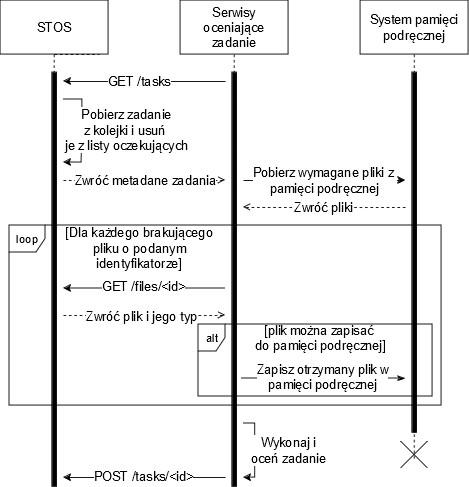
Projekt-Inzynierski-STOS-2024-2025/Praca-Inzynierska keeps this draw.io diagram as img/5/stos-suggestion.png. Above is the earlier version. Source tidied: cells renumbered, new cells last; positions are measured from the earlier drawing's top-left corner, leaving out a move shared by most shapes. Source of this version:
```xml
<mxGraphModel>
  <root>
    <mxCell id="0" />
    <mxCell id="1" parent="0" />
    <mxCell id="2" value="STOS" style="rounded=0;whiteSpace=wrap;html=1;fontSize=14;" parent="1" vertex="1">
      <mxGeometry width="120" height="60" as="geometry" />
    </mxCell>
    <mxCell id="3" value="Serwisy oceniające zadanie" style="rounded=0;whiteSpace=wrap;html=1;fontSize=14;" parent="1" vertex="1">
      <mxGeometry x="200" width="120" height="60" as="geometry" />
    </mxCell>
    <mxCell id="4" style="endArrow=none;dashed=1;html=1;rounded=0;exitX=0.5;exitY=1;exitDx=0;exitDy=0;" parent="1" edge="1" source="2">
      <mxGeometry relative="1" as="geometry">
        <mxPoint x="110" y="60" as="targetPoint" />
      </mxGeometry>
    </mxCell>
    <mxCell id="5" style="endArrow=none;dashed=1;html=1;rounded=0;exitX=0.5;exitY=1;exitDx=0;exitDy=0;" parent="1" edge="1">
      <mxGeometry relative="1" as="geometry">
        <mxPoint x="259.7" y="60" as="sourcePoint" />
        <mxPoint x="259.7" y="220" as="targetPoint" />
      </mxGeometry>
    </mxCell>
    <mxCell id="6" style="endArrow=none;dashed=1;html=1;rounded=0;exitX=0.5;exitY=1;exitDx=0;exitDy=0;" parent="1" edge="1" target="11">
      <mxGeometry relative="1" as="geometry">
        <mxPoint x="59.7" y="60" as="sourcePoint" />
      </mxGeometry>
    </mxCell>
    <mxCell id="7" style="edgeStyle=orthogonalEdgeStyle;rounded=0;orthogonalLoop=1;jettySize=auto;html=1;dashed=1;endArrow=open;endFill=0;" parent="1" edge="1">
      <mxGeometry relative="1" as="geometry">
        <mxPoint x="70" y="200" as="sourcePoint" />
        <mxPoint x="250" y="200" as="targetPoint" />
      </mxGeometry>
    </mxCell>
    <mxCell id="8" value="Zwróć metadane zadania" style="edgeLabel;html=1;align=center;verticalAlign=middle;fontSize=14;" parent="7" vertex="1">
      <mxGeometry x="0.01" y="2" relative="1" as="geometry">
        <mxPoint y="2" as="offset" />
      </mxGeometry>
    </mxCell>
    <mxCell id="9" style="edgeStyle=orthogonalEdgeStyle;rounded=0;orthogonalLoop=1;jettySize=auto;html=1;" parent="1" edge="1">
      <mxGeometry relative="1" as="geometry">
        <mxPoint x="70" y="110" as="sourcePoint" />
        <mxPoint x="70" y="180" as="targetPoint" />
        <Array as="points">
          <mxPoint x="91" y="110" />
          <mxPoint x="91" y="143" />
          <mxPoint x="90" y="143" />
          <mxPoint x="90" y="180" />
        </Array>
      </mxGeometry>
    </mxCell>
    <mxCell id="10" value="&lt;div&gt;Pobierz zadanie&lt;/div&gt;&lt;div&gt;z kolejki i usuń&amp;nbsp;&lt;/div&gt;&lt;div&gt;je z listy oczekujących&lt;br&gt;&lt;/div&gt;" style="edgeLabel;html=1;align=center;verticalAlign=middle;fontSize=14;" parent="9" vertex="1">
      <mxGeometry x="0.01" y="1" relative="1" as="geometry">
        <mxPoint x="49" y="-1" as="offset" />
      </mxGeometry>
    </mxCell>
    <mxCell id="11" style="html=1;points=[];perimeter=orthogonalPerimeter;fillColor=strokeColor;fontSize=12;" parent="1" vertex="1">
      <mxGeometry x="57.5" y="80" width="5" height="460" as="geometry" />
    </mxCell>
    <mxCell id="12" style="edgeStyle=orthogonalEdgeStyle;rounded=0;orthogonalLoop=1;jettySize=auto;html=1;" parent="1" edge="1">
      <mxGeometry relative="1" as="geometry">
        <mxPoint x="250" y="90" as="sourcePoint" />
        <mxPoint x="70" y="90" as="targetPoint" />
      </mxGeometry>
    </mxCell>
    <mxCell id="13" value="GET /tasks" style="edgeLabel;html=1;align=center;verticalAlign=middle;fontSize=14;" parent="12" vertex="1">
      <mxGeometry x="0.07" relative="1" as="geometry" />
    </mxCell>
    <mxCell id="14" style="edgeStyle=orthogonalEdgeStyle;rounded=0;orthogonalLoop=1;jettySize=auto;html=1;" parent="1" edge="1">
      <mxGeometry relative="1" as="geometry">
        <mxPoint x="270" y="200" as="sourcePoint" />
        <mxPoint x="450" y="200" as="targetPoint" />
        <Array as="points">
          <mxPoint x="450" y="200" />
        </Array>
      </mxGeometry>
    </mxCell>
    <mxCell id="15" value="&lt;div&gt;Pobierz wymagane pliki z&amp;nbsp;&lt;/div&gt;&lt;div&gt;pamięci podręcznej&lt;/div&gt;" style="edgeLabel;html=1;align=center;verticalAlign=middle;fontSize=14;" parent="14" vertex="1">
      <mxGeometry x="0.02" relative="1" as="geometry">
        <mxPoint x="-2" as="offset" />
      </mxGeometry>
    </mxCell>
    <mxCell id="16" style="edgeStyle=orthogonalEdgeStyle;rounded=0;orthogonalLoop=1;jettySize=auto;html=1;" parent="1" edge="1">
      <mxGeometry relative="1" as="geometry">
        <mxPoint x="270" y="470" as="sourcePoint" />
        <mxPoint x="270" y="530" as="targetPoint" />
        <Array as="points">
          <mxPoint x="283" y="470" />
          <mxPoint x="283" y="530" />
          <mxPoint x="270" y="530" />
        </Array>
      </mxGeometry>
    </mxCell>
    <mxCell id="17" value="&lt;div&gt;Wykonaj i &lt;br&gt;&lt;/div&gt;&lt;div&gt;oceń zadanie&lt;br&gt;&lt;/div&gt;" style="edgeLabel;html=1;align=center;verticalAlign=middle;fontSize=14;" parent="16" vertex="1">
      <mxGeometry x="-0.08" y="-2" relative="1" as="geometry">
        <mxPoint x="39" y="3" as="offset" />
      </mxGeometry>
    </mxCell>
    <mxCell id="18" style="edgeStyle=orthogonalEdgeStyle;rounded=0;orthogonalLoop=1;jettySize=auto;html=1;" parent="1" edge="1">
      <mxGeometry relative="1" as="geometry">
        <mxPoint x="250" y="530" as="sourcePoint" />
        <mxPoint x="70" y="530" as="targetPoint" />
      </mxGeometry>
    </mxCell>
    <mxCell id="19" value="POST /tasks/&amp;lt;id&amp;gt;" style="edgeLabel;html=1;align=center;verticalAlign=middle;fontSize=14;" parent="18" vertex="1">
      <mxGeometry x="0.01" y="-1" relative="1" as="geometry" />
    </mxCell>
    <mxCell id="20" style="html=1;perimeter=orthogonalPerimeter;fillColor=strokeColor;fontSize=12;" parent="1" vertex="1">
      <mxGeometry x="257.5" y="80" width="5" height="460" as="geometry" />
    </mxCell>
    <mxCell id="21" value="System pamięci podręcznej" style="rounded=0;whiteSpace=wrap;html=1;fontSize=14;" parent="1" vertex="1">
      <mxGeometry x="400" width="120" height="60" as="geometry" />
    </mxCell>
    <mxCell id="22" style="endArrow=none;dashed=1;html=1;rounded=0;exitX=0.5;exitY=1;exitDx=0;exitDy=0;" parent="1" edge="1" source="26">
      <mxGeometry relative="1" as="geometry">
        <mxPoint x="459.8" y="220" as="targetPoint" />
      </mxGeometry>
    </mxCell>
    <mxCell id="23" style="endArrow=none;dashed=1;html=1;rounded=0;exitX=0.5;exitY=1;exitDx=0;exitDy=0;" parent="1" edge="1" target="26">
      <mxGeometry relative="1" as="geometry">
        <mxPoint x="459.8" y="60" as="sourcePoint" />
      </mxGeometry>
    </mxCell>
    <mxCell id="24" style="edgeStyle=orthogonalEdgeStyle;rounded=0;orthogonalLoop=1;jettySize=auto;html=1;dashed=1;endArrow=open;endFill=0;" parent="1" edge="1">
      <mxGeometry relative="1" as="geometry">
        <mxPoint x="450" y="230" as="sourcePoint" />
        <mxPoint x="270" y="230" as="targetPoint" />
        <Array as="points">
          <mxPoint x="380" y="230" />
          <mxPoint x="380" y="230" />
        </Array>
      </mxGeometry>
    </mxCell>
    <mxCell id="25" value="Zwróć pliki" style="edgeLabel;html=1;align=center;verticalAlign=middle;fontSize=14;" parent="24" vertex="1">
      <mxGeometry x="0.02" relative="1" as="geometry" />
    </mxCell>
    <mxCell id="26" style="html=1;points=[];perimeter=orthogonalPerimeter;fillColor=strokeColor;fontSize=12;" parent="1" vertex="1">
      <mxGeometry x="457.5" y="80" width="5" height="400" as="geometry" />
    </mxCell>
    <mxCell id="27" value="loop" style="shape=umlFrame;whiteSpace=wrap;html=1;width=40;height=30;" parent="1" vertex="1">
      <mxGeometry x="10" y="250" width="480" height="200" as="geometry" />
    </mxCell>
    <mxCell id="28" value="[Dla każdego brakującego pliku o podanym identyfikatorze]" style="text;html=1;align=center;verticalAlign=middle;whiteSpace=wrap;rounded=0;fontSize=14;" parent="27" vertex="1">
      <mxGeometry x="47.5" y="10" width="192.5" height="30" as="geometry" />
    </mxCell>
    <mxCell id="29" value="alt" style="shape=umlFrame;whiteSpace=wrap;html=1;width=30;height=30;" parent="27" vertex="1">
      <mxGeometry x="210" y="110" width="260" height="80" as="geometry" />
    </mxCell>
    <mxCell id="30" value="&lt;div&gt;[plik można zapisać&amp;nbsp;&lt;/div&gt;&lt;div&gt;do pamięci podręcznej]&lt;/div&gt;" style="text;html=1;align=center;verticalAlign=middle;whiteSpace=wrap;rounded=0;fontSize=14;" parent="29" vertex="1">
      <mxGeometry x="42" width="188" height="30" as="geometry" />
    </mxCell>
    <mxCell id="31" style="edgeStyle=orthogonalEdgeStyle;rounded=0;orthogonalLoop=1;jettySize=auto;html=1;startArrow=classicThin;startFill=1;endArrow=none;endFill=0;" parent="29" edge="1">
      <mxGeometry relative="1" as="geometry">
        <mxPoint x="230" y="60" as="sourcePoint" />
        <mxPoint x="47.5" y="60" as="targetPoint" />
        <Array as="points">
          <mxPoint x="137.5" y="60" />
          <mxPoint x="137.5" y="60" />
        </Array>
      </mxGeometry>
    </mxCell>
    <mxCell id="32" value="&lt;div&gt;Zapisz otrzymany plik w&lt;/div&gt;&lt;div&gt;pamięci podręcznej&lt;br&gt;&lt;/div&gt;" style="edgeLabel;html=1;align=center;verticalAlign=middle;fontSize=14;" parent="31" vertex="1">
      <mxGeometry x="0.02" y="-2" relative="1" as="geometry" />
    </mxCell>
    <mxCell id="33" style="edgeStyle=orthogonalEdgeStyle;rounded=0;orthogonalLoop=1;jettySize=auto;html=1;" parent="27" edge="1">
      <mxGeometry relative="1" as="geometry">
        <mxPoint x="240" y="70" as="sourcePoint" />
        <mxPoint x="60" y="70" as="targetPoint" />
        <Array as="points">
          <mxPoint x="150" y="70" />
          <mxPoint x="150" y="70" />
        </Array>
      </mxGeometry>
    </mxCell>
    <mxCell id="34" value="GET /files/&amp;lt;id&amp;gt;" style="edgeLabel;html=1;align=center;verticalAlign=middle;fontSize=14;" parent="33" vertex="1">
      <mxGeometry x="0.02" y="-2" relative="1" as="geometry" />
    </mxCell>
    <mxCell id="35" style="edgeStyle=orthogonalEdgeStyle;rounded=0;orthogonalLoop=1;jettySize=auto;html=1;dashed=1;endArrow=open;endFill=0;" parent="27" edge="1">
      <mxGeometry relative="1" as="geometry">
        <mxPoint x="60" y="100" as="sourcePoint" />
        <mxPoint x="240" y="100" as="targetPoint" />
      </mxGeometry>
    </mxCell>
    <mxCell id="36" value="Zwróć plik i jego typ" style="edgeLabel;html=1;align=center;verticalAlign=middle;fontSize=14;" parent="35" vertex="1">
      <mxGeometry x="-0.04" y="-1" relative="1" as="geometry" />
    </mxCell>
    <mxCell id="37" style="shape=umlDestroy;html=1;" parent="1" vertex="1">
      <mxGeometry x="445" y="490" width="30" height="30" as="geometry" />
    </mxCell>
    <mxCell id="38" style="endArrow=none;dashed=1;html=1;rounded=0;exitX=0.5;exitY=1;exitDx=0;exitDy=0;" parent="1" edge="1">
      <mxGeometry relative="1" as="geometry">
        <mxPoint x="459.8" y="350" as="sourcePoint" />
        <mxPoint x="459.8" y="510" as="targetPoint" />
      </mxGeometry>
    </mxCell>
  </root>
</mxGraphModel>
```
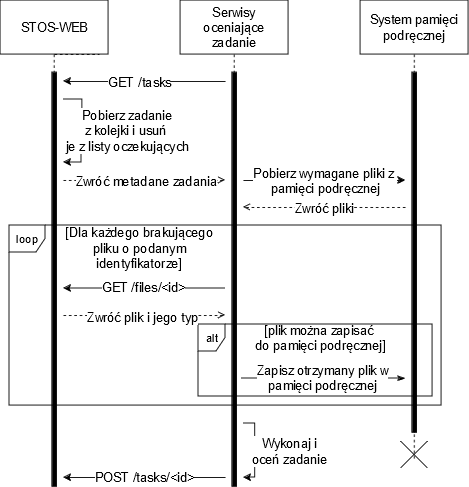
Above is the later version.

Change to the diagram source:
```diff
@@ -2,7 +2,7 @@
   <root>
     <mxCell id="0" />
     <mxCell id="1" parent="0" />
-    <mxCell id="2" value="STOS" style="rounded=0;whiteSpace=wrap;html=1;fontSize=14;" parent="1" vertex="1">
+    <mxCell id="2" value="STOS-WEB" style="rounded=0;whiteSpace=wrap;html=1;fontSize=14;" parent="1" vertex="1">
       <mxGeometry width="120" height="60" as="geometry" />
     </mxCell>
     <mxCell id="3" value="Serwisy oceniające zadanie" style="rounded=0;whiteSpace=wrap;html=1;fontSize=14;" parent="1" vertex="1">
```
